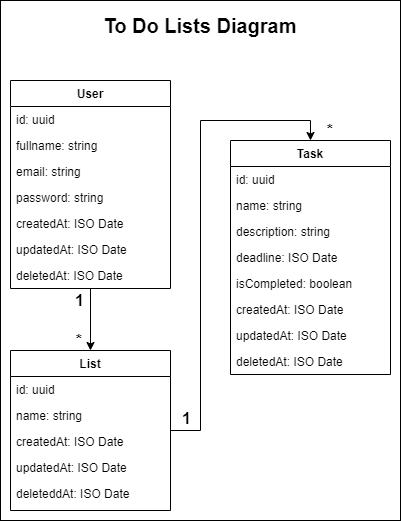
Above: to-do-lists-diagram.png in Ulzahk/Practice-API-Events-Node (draw.io), before the change. Source tidied: cells renumbered, new cells last; positions are measured from the earlier drawing's top-left corner, leaving out a move shared by most shapes.
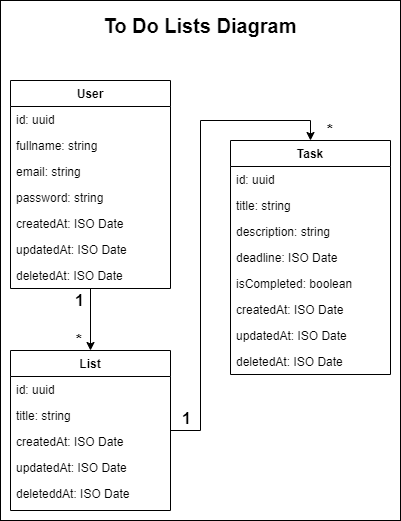
After the commit.

Change to the diagram source:
```diff
@@ -35,7 +35,7 @@
     <mxCell id="12" value="id: uuid" style="text;align=left;verticalAlign=top;spacingLeft=4;spacingRight=4;overflow=hidden;" parent="11" vertex="1">
       <mxGeometry y="26" width="160" height="26" as="geometry" />
     </mxCell>
-    <mxCell id="13" value="name: string" style="text;align=left;verticalAlign=top;spacingLeft=4;spacingRight=4;overflow=hidden;rounded=0;shadow=0;html=0;" parent="11" vertex="1">
+    <mxCell id="13" value="title: string" style="text;align=left;verticalAlign=top;spacingLeft=4;spacingRight=4;overflow=hidden;rounded=0;shadow=0;html=0;" parent="11" vertex="1">
       <mxGeometry y="52" width="160" height="26" as="geometry" />
     </mxCell>
     <mxCell id="14" value="description: string" style="text;align=left;verticalAlign=top;spacingLeft=4;spacingRight=4;overflow=hidden;rounded=0;shadow=0;html=0;" parent="11" vertex="1">
@@ -65,7 +65,7 @@
     <mxCell id="22" value="id: uuid" style="text;align=left;verticalAlign=top;spacingLeft=4;spacingRight=4;overflow=hidden;" parent="21" vertex="1">
       <mxGeometry y="26" width="160" height="26" as="geometry" />
     </mxCell>
-    <mxCell id="23" value="name: string" style="text;align=left;verticalAlign=top;spacingLeft=4;spacingRight=4;overflow=hidden;rounded=0;shadow=0;html=0;" parent="21" vertex="1">
+    <mxCell id="23" value="title: string" style="text;align=left;verticalAlign=top;spacingLeft=4;spacingRight=4;overflow=hidden;rounded=0;shadow=0;html=0;" parent="21" vertex="1">
       <mxGeometry y="52" width="160" height="26" as="geometry" />
     </mxCell>
     <mxCell id="24" value="createdAt: ISO Date" style="text;align=left;verticalAlign=top;spacingLeft=4;spacingRight=4;overflow=hidden;rounded=0;shadow=0;html=0;" parent="21" vertex="1">
```
